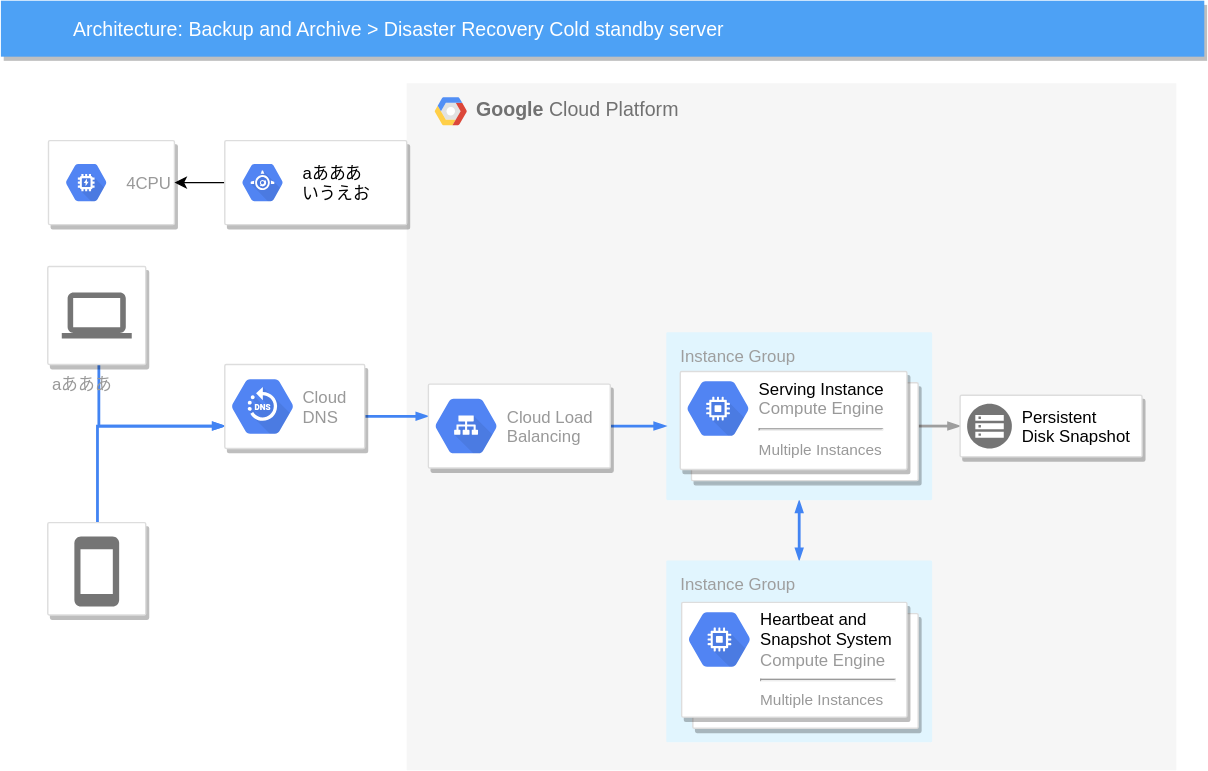
Above: gcpDemo.svg in t-sato-truedata/hello-world (draw.io), before the change. Source tidied: cells renumbered, new cells last; positions are measured from the earlier drawing's top-left corner, leaving out a move shared by most shapes.
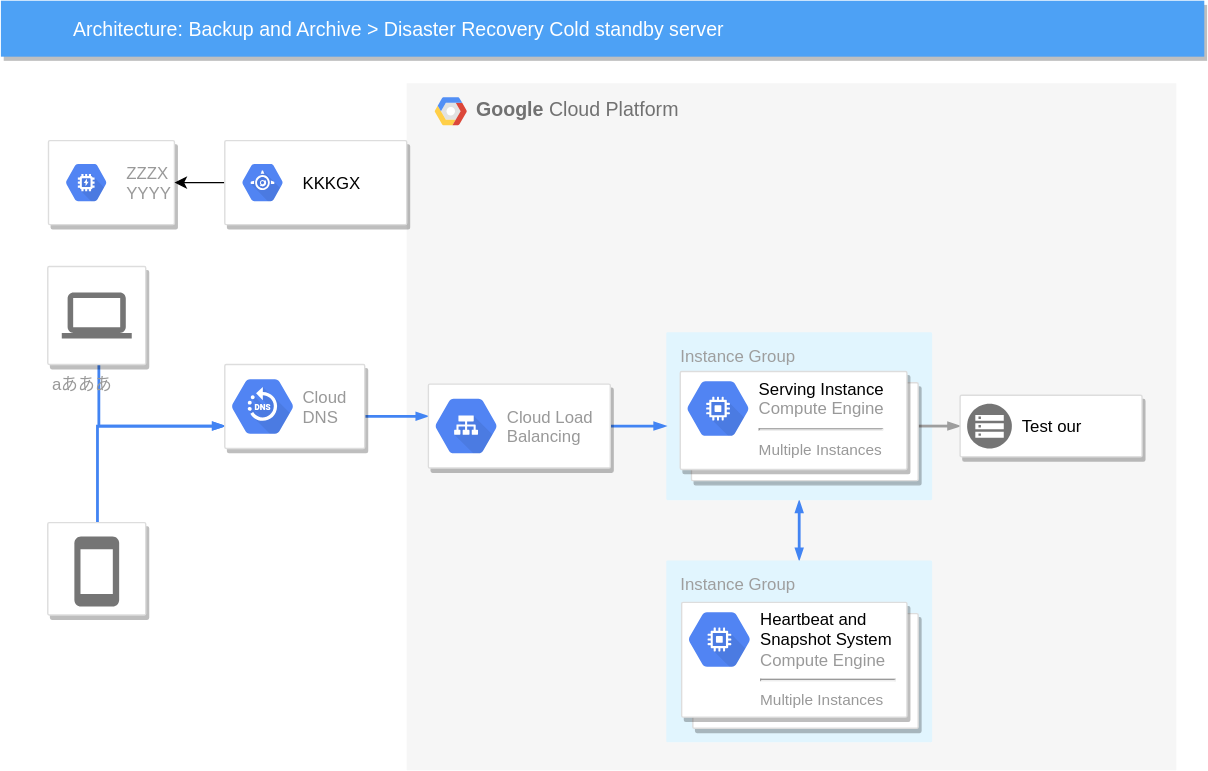
After the commit.

Diff of the diagram source:
```diff
@@ -96,7 +96,7 @@
     <mxCell id="25" style="strokeColor=#dddddd;fillColor=#ffffff;shadow=1;strokeWidth=1;rounded=1;absoluteArcSize=1;arcSize=2;fontSize=10;fontColor=#000000;align=left;html=1;" parent="1" vertex="1">
       <mxGeometry x="685.5" y="282" width="130" height="44" as="geometry" />
     </mxCell>
-    <mxCell id="26" value="Persistent&#10;Disk Snapshot" style="dashed=0;html=1;fillColor=#757575;strokeColor=none;shape=mxgraph.gcp2.persistent_disk_snapshot;labelPosition=right;verticalLabelPosition=middle;align=left;verticalAlign=middle;spacingLeft=5;fontColor=#000000;fontSize=12;" parent="25" vertex="1">
+    <mxCell id="26" value="Test our" style="dashed=0;html=1;fillColor=#757575;strokeColor=none;shape=mxgraph.gcp2.persistent_disk_snapshot;labelPosition=right;verticalLabelPosition=middle;align=left;verticalAlign=middle;spacingLeft=5;fontColor=#000000;fontSize=12;" parent="25" vertex="1">
       <mxGeometry y="0.5" width="32" height="32" relative="1" as="geometry">
         <mxPoint x="5" y="-16" as="offset" />
       </mxGeometry>
@@ -104,7 +104,7 @@
     <mxCell id="27" style="strokeColor=#dddddd;fillColor=#ffffff;shadow=1;strokeWidth=1;rounded=1;absoluteArcSize=1;arcSize=2;align=left;" parent="1" vertex="1">
       <mxGeometry x="34" y="100" width="90" height="60" as="geometry" />
     </mxCell>
-    <mxCell id="28" value="4CPU" style="dashed=0;html=1;fillColor=#5184F3;strokeColor=none;shape=mxgraph.gcp2.hexIcon;prIcon=gpu;labelPosition=right;verticalLabelPosition=middle;align=left;verticalAlign=middle;spacingLeft=5;fontColor=#999999;fontSize=12;" parent="27" vertex="1">
+    <mxCell id="28" value="ZZZX&lt;br&gt;YYYY&lt;br&gt;" style="dashed=0;html=1;fillColor=#5184F3;strokeColor=none;shape=mxgraph.gcp2.hexIcon;prIcon=gpu;labelPosition=right;verticalLabelPosition=middle;align=left;verticalAlign=middle;spacingLeft=5;fontColor=#999999;fontSize=12;" parent="27" vertex="1">
       <mxGeometry y="0.5" width="44" height="39" relative="1" as="geometry">
         <mxPoint x="5" y="-19.5" as="offset" />
       </mxGeometry>
@@ -115,7 +115,7 @@
     <mxCell id="30" style="strokeColor=#dddddd;fillColor=#ffffff;shadow=1;strokeWidth=1;rounded=1;absoluteArcSize=1;arcSize=2;align=left;" parent="1" vertex="1">
       <mxGeometry x="160" y="100" width="130" height="60" as="geometry" />
     </mxCell>
-    <mxCell id="31" value="&lt;font color=&quot;#000000&quot;&gt;aあああ&lt;br&gt;いうえお&lt;br&gt;&lt;/font&gt;" style="dashed=0;html=1;fillColor=#5184F3;strokeColor=none;shape=mxgraph.gcp2.hexIcon;prIcon=app_engine;labelPosition=right;verticalLabelPosition=middle;align=left;verticalAlign=middle;spacingLeft=5;fontColor=#999999;fontSize=12;" parent="30" vertex="1">
+    <mxCell id="31" value="&lt;font color=&quot;#000000&quot;&gt;KKKGX&lt;br&gt;&lt;/font&gt;" style="dashed=0;html=1;fillColor=#5184F3;strokeColor=none;shape=mxgraph.gcp2.hexIcon;prIcon=app_engine;labelPosition=right;verticalLabelPosition=middle;align=left;verticalAlign=middle;spacingLeft=5;fontColor=#999999;fontSize=12;" parent="30" vertex="1">
       <mxGeometry y="0.5" width="44" height="39" relative="1" as="geometry">
         <mxPoint x="5" y="-19.5" as="offset" />
       </mxGeometry>
```
